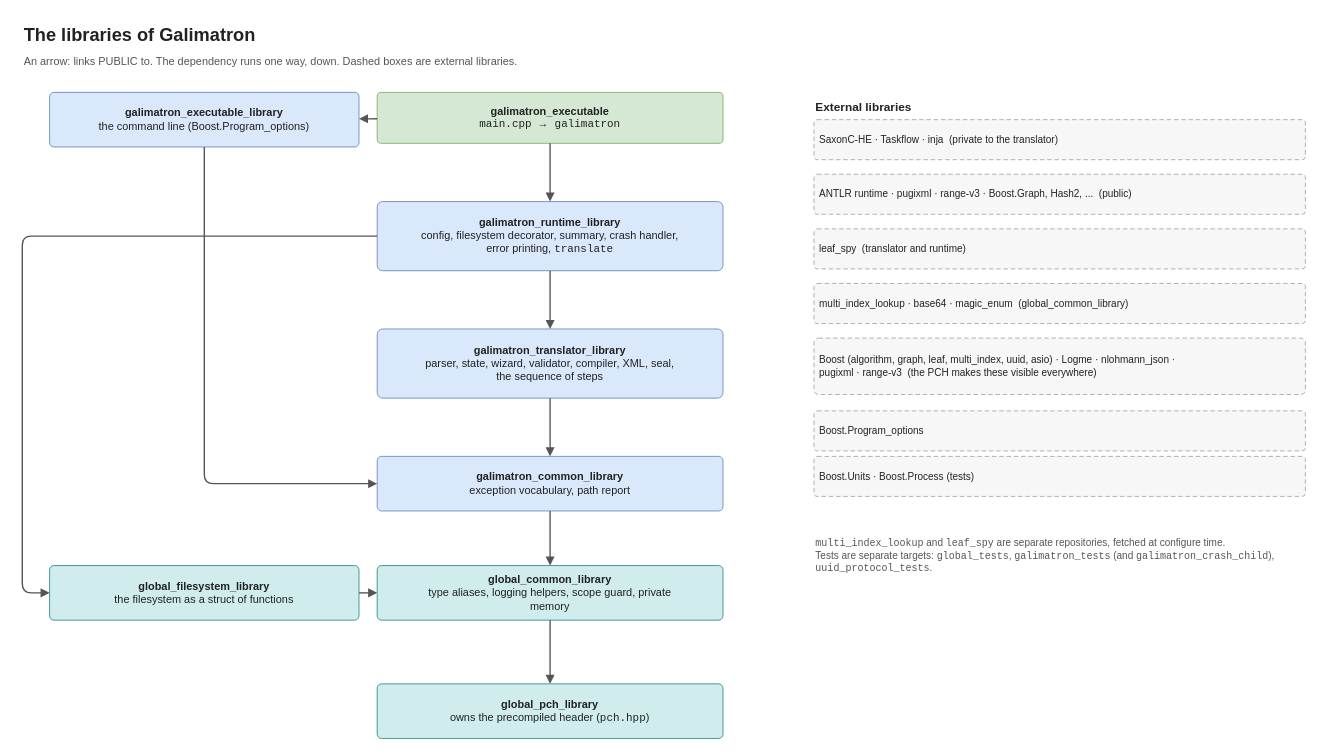
Earlier version of the draw.io diagram drawio/30_dev_layers.drawio (goloveshin/galimatron_doc). Source tidied: cells renumbered, new cells numbered last; positions are measured from the earlier drawing's top-left corner, leaving out a move shared by most shapes. Both pictures are drawn from the tidied source at 91%, with x=0, y=0 at pixel (22, 15).
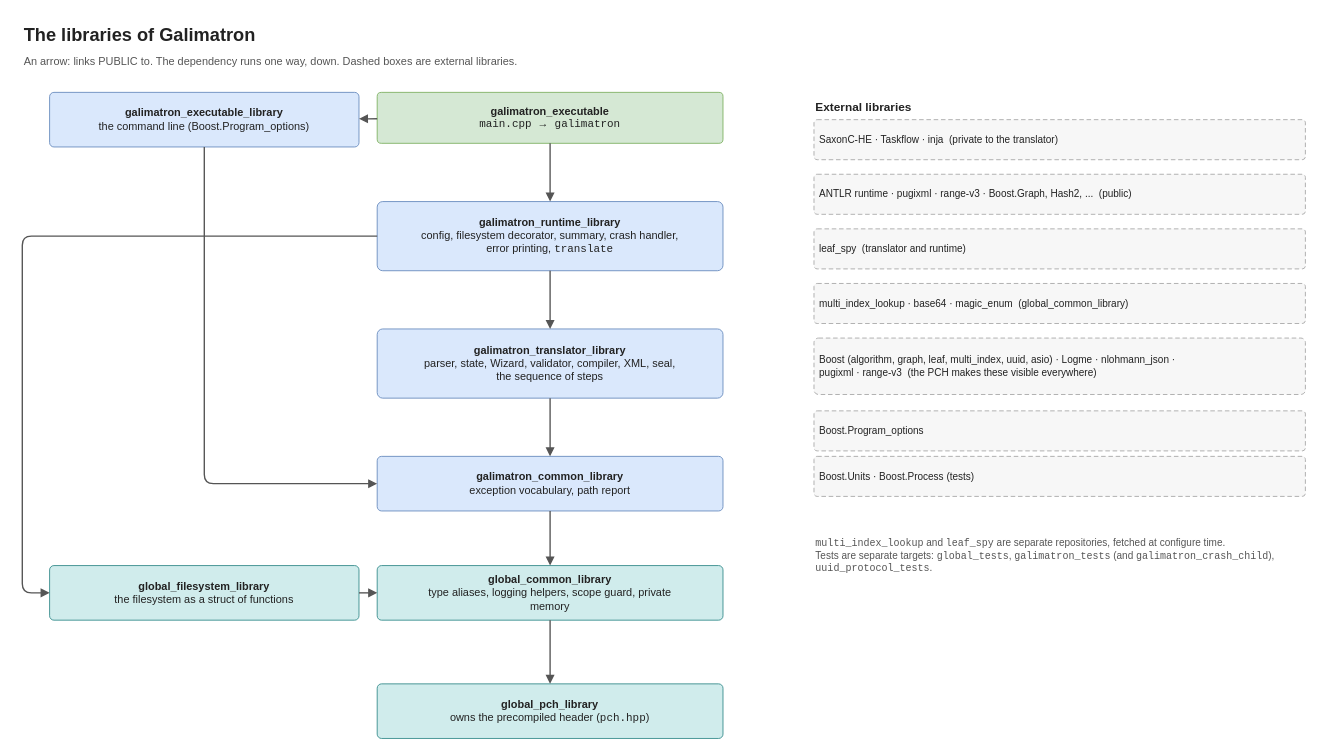
The same page after the edit.

Change to the diagram source:
```diff
@@
-    <mxCell id="7" value="&lt;b&gt;galimatron_translator_library&lt;/b&gt;&lt;br&gt;parser, state, wizard, validator, compiler, XML, seal,&lt;br&gt;the sequence of steps" style="whiteSpace=wrap;html=1;fillColor=#dae8fc;strokeColor=#6c8ebf;strokeWidth=1;fontSize=12;fontColor=#222222;align=center;verticalAlign=middle;spacingLeft=4;spacingRight=4;spacingTop=2;spacingBottom=2;rounded=1;arcSize=8;" parent="1" vertex="1">
+    <mxCell id="7" value="&lt;b&gt;galimatron_translator_library&lt;/b&gt;&lt;br&gt;parser, state, Wizard, validator, compiler, XML, seal,&lt;br&gt;the sequence of steps" style="whiteSpace=wrap;html=1;fillColor=#dae8fc;strokeColor=#6c8ebf;strokeWidth=1;fontSize=12;fontColor=#222222;align=center;verticalAlign=middle;spacingLeft=4;spacingRight=4;spacingTop=2;spacingBottom=2;rounded=1;arcSize=8;" parent="1" vertex="1">
       <mxGeometry x="390" y="344" width="380" height="76" as="geometry" />
     </mxCell>
```
